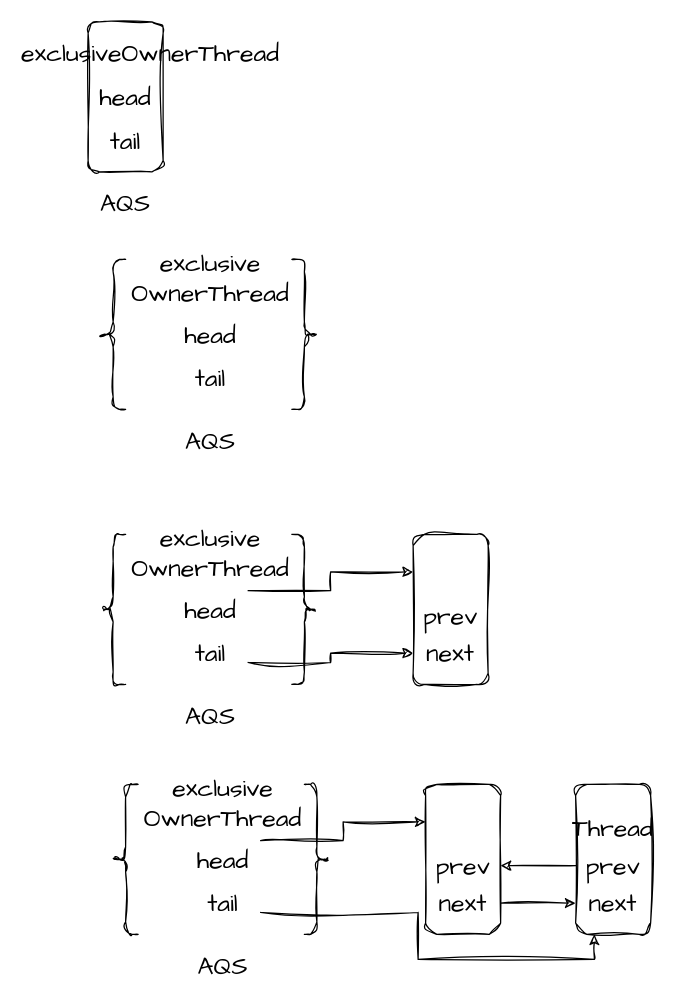
This is imgs/未命名绘图.drawio from Ran968777/images, a draw.io file, before an edit. Source tidied: cells renumbered, new cells numbered last; positions are measured from the earlier drawing's top-left corner, leaving out a move shared by most shapes. Both pictures are drawn from the tidied source at 125%, with x=0, y=0 at pixel (88, 21).
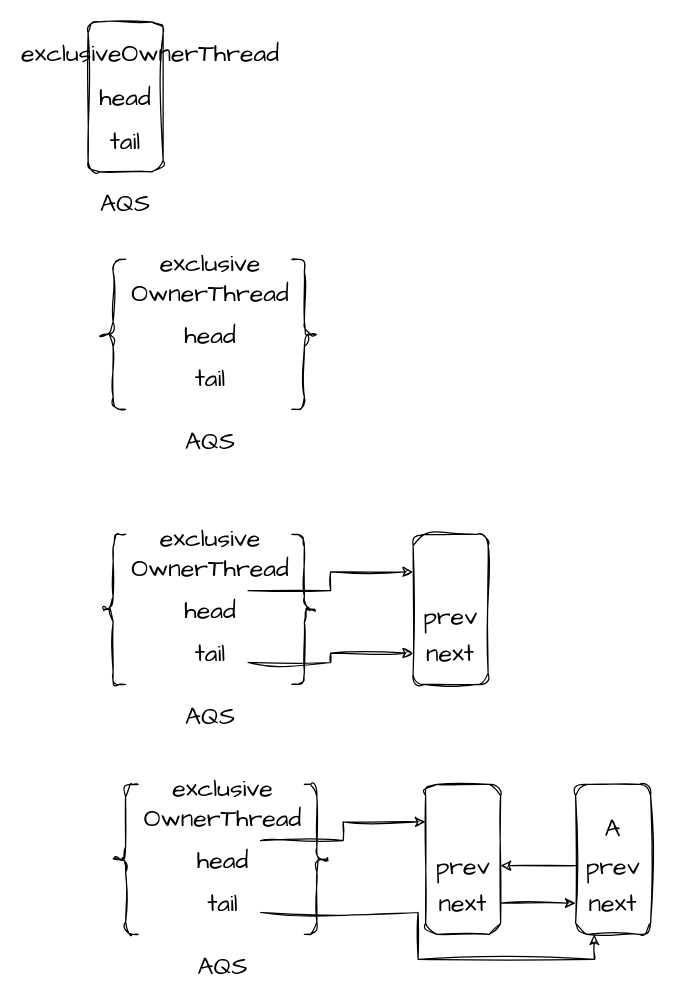
The same diagram, later.

Unchanged cells that the change refers to:
```xml
<mxCell id="22" style="group;" parent="1" vertex="1">
  <mxGeometry x="390" y="610" width="60" height="120" as="geometry" />
</mxCell>
```

What changed in the source:
```diff
@@
-    <mxCell id="26" value="Thread" style="text;html=1;strokeColor=none;fillColor=none;align=center;verticalAlign=middle;whiteSpace=wrap;rounded=0;fontSize=20;fontFamily=Architects Daughter;" parent="22" vertex="1">
+    <mxCell id="26" value="A" style="text;html=1;strokeColor=none;fillColor=none;align=center;verticalAlign=middle;whiteSpace=wrap;rounded=0;fontSize=20;fontFamily=Architects Daughter;" parent="22" vertex="1">
       <mxGeometry y="20" width="60" height="30" as="geometry" />
     </mxCell>
```
